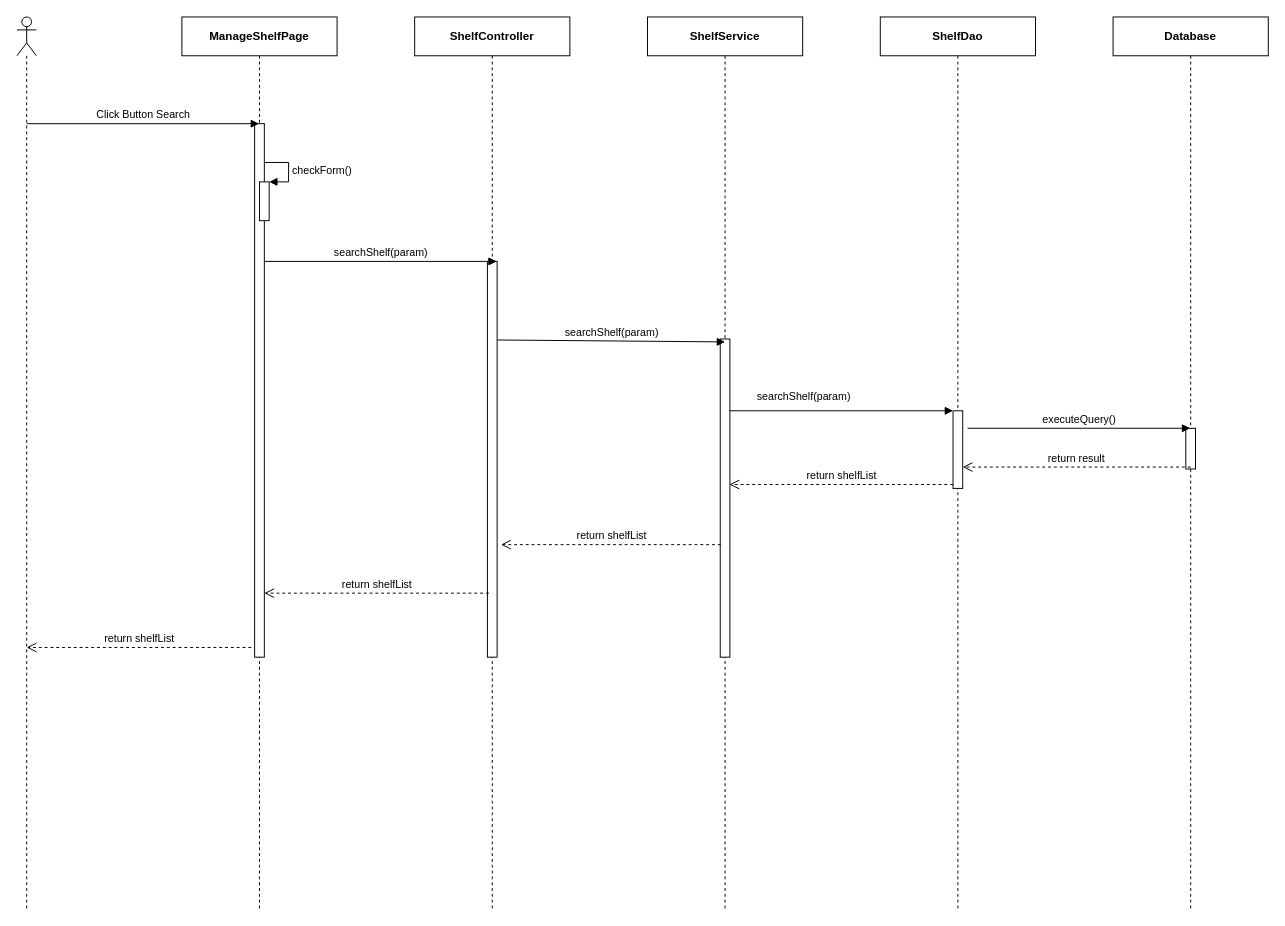
The draw.io diagram page "Ev02" (2 of 2) of 0. Create/Sequece/sc02/SC0200_ShelfManage.drawio in luannmdev/CapstoneDocument, before the edit. Source tidied: cells renumbered, new cells numbered last; positions are measured from the earlier drawing's top-left corner, leaving out a move shared by most shapes. Both pictures are drawn from the tidied source at 97%, with x=0, y=0 at pixel (16, 16).
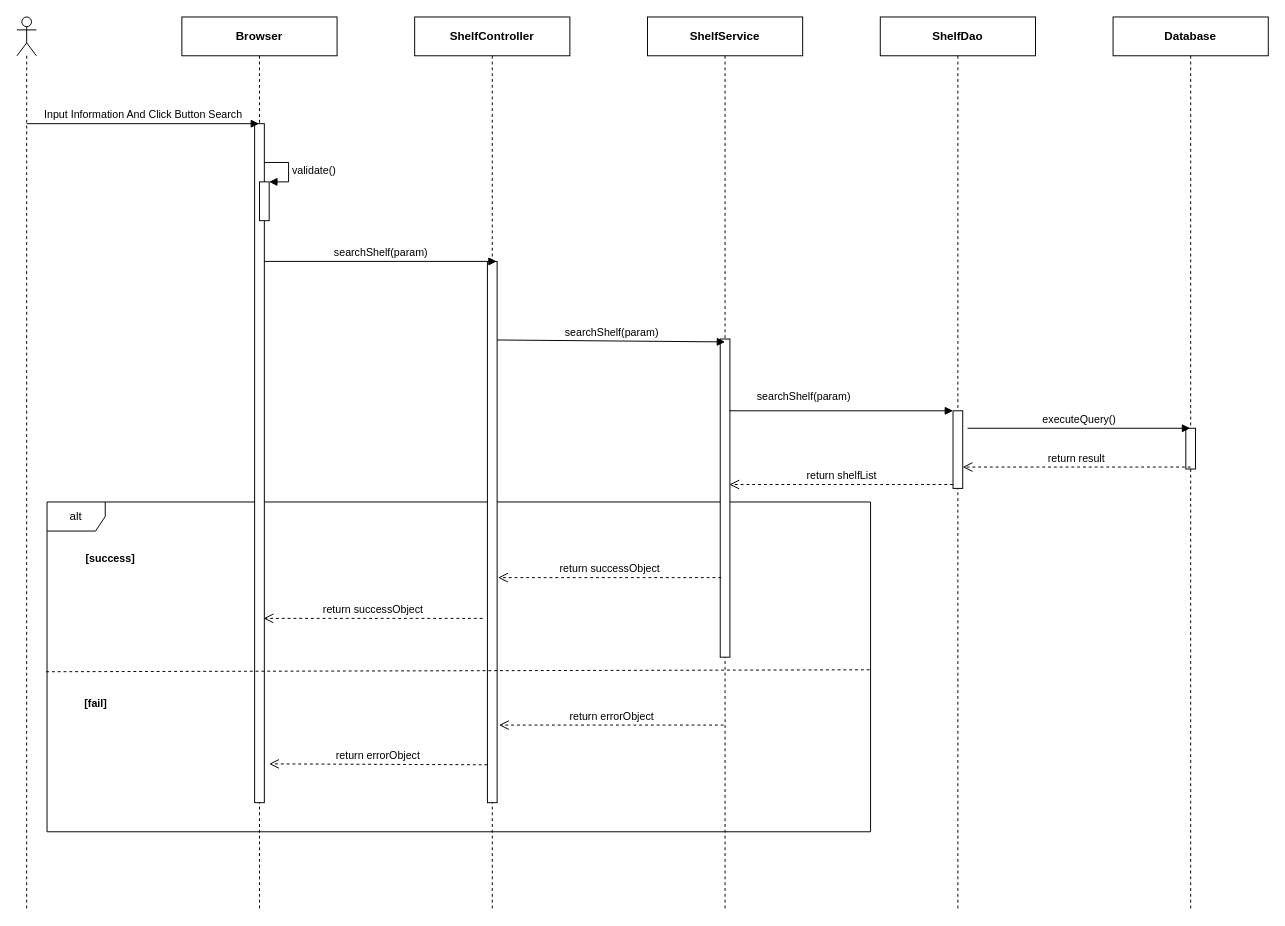
After the change.

Unchanged cells that the change refers to:
```xml
<mxCell id="9" value="&lt;b&gt;ShelfController&lt;/b&gt;" style="shape=umlLifeline;perimeter=lifelinePerimeter;whiteSpace=wrap;html=1;" parent="1" vertex="1">
  <mxGeometry x="410" width="160" height="920" as="geometry" />
</mxCell>
<mxCell id="16" style="html=1;points=[];perimeter=orthogonalPerimeter;" parent="1" vertex="1">
  <mxGeometry x="250" y="170" width="10" height="40" as="geometry" />
</mxCell>
```

The edit, as a diff of the source:
```diff
@@
+    <mxCell id="25" value="alt" style="shape=umlFrame;whiteSpace=wrap;html=1;" parent="1" vertex="1">
+      <mxGeometry x="31" y="500" width="849" height="340" as="geometry" />
+    </mxCell>
@@
-    <mxCell id="3" value="&lt;b&gt;ManageShelfPage&lt;/b&gt;" style="shape=umlLifeline;perimeter=lifelinePerimeter;whiteSpace=wrap;html=1;outlineConnect=0;" parent="1" vertex="1">
+    <mxCell id="3" value="&lt;b&gt;Browser&lt;/b&gt;" style="shape=umlLifeline;perimeter=lifelinePerimeter;whiteSpace=wrap;html=1;outlineConnect=0;" parent="1" vertex="1">
       <mxGeometry x="170" width="160" height="920" as="geometry" />
     </mxCell>
     <mxCell id="4" style="html=1;perimeter=orthogonalPerimeter;" parent="3" vertex="1">
-      <mxGeometry x="75" y="110" width="10" height="550" as="geometry" />
+      <mxGeometry x="75" y="110" width="10" height="700" as="geometry" />
     </mxCell>
@@
     <mxCell id="10" style="html=1;points=[];perimeter=orthogonalPerimeter;" parent="9" vertex="1">
-      <mxGeometry x="75" y="252" width="10" height="408" as="geometry" />
+      <mxGeometry x="75" y="252" width="10" height="558" as="geometry" />
     </mxCell>
-    <mxCell id="11" value="Click Button Search" style="html=1;verticalAlign=bottom;endArrow=block;" parent="1" edge="1" target="3">
+    <mxCell id="11" value="Input Information And Click Button Search" style="html=1;verticalAlign=bottom;endArrow=block;" parent="1" edge="1" target="3">
       <mxGeometry relative="1" as="geometry">
         <mxPoint x="10" y="110" as="sourcePoint" />
       </mxGeometry>
     </mxCell>
@@
-    <mxCell id="17" value="checkForm()" style="edgeStyle=orthogonalEdgeStyle;html=1;align=left;spacingLeft=2;endArrow=block;rounded=0;entryX=1;entryY=0;" parent="1" edge="1" target="16">
+    <mxCell id="17" value="validate()" style="edgeStyle=orthogonalEdgeStyle;html=1;align=left;spacingLeft=2;endArrow=block;rounded=0;entryX=1;entryY=0;" parent="1" edge="1" target="16">
       <mxGeometry relative="1" as="geometry">
         <mxPoint x="255" y="150" as="sourcePoint" />
         <Array as="points">
           <mxPoint x="280" y="150" />
         </Array>
       </mxGeometry>
     </mxCell>
@@
-    <mxCell id="22" value="return shelfList" style="html=1;verticalAlign=bottom;endArrow=open;dashed=1;endSize=8;" parent="1" edge="1">
-      <mxGeometry relative="1" as="geometry">
-        <mxPoint x="725.5" y="544" as="sourcePoint" />
-        <mxPoint x="499" y="544" as="targetPoint" />
-      </mxGeometry>
-    </mxCell>
-    <mxCell id="23" value="return shelfList" style="html=1;verticalAlign=bottom;endArrow=open;dashed=1;endSize=8;" parent="1" edge="1">
-      <mxGeometry relative="1" as="geometry">
-        <mxPoint x="486.5" y="594" as="sourcePoint" />
-        <mxPoint x="255" y="594" as="targetPoint" />
-      </mxGeometry>
-    </mxCell>
-    <mxCell id="24" value="return shelfList" style="html=1;verticalAlign=bottom;endArrow=open;dashed=1;endSize=8;" parent="1" edge="1">
-      <mxGeometry relative="1" as="geometry">
-        <mxPoint x="241.5" y="650" as="sourcePoint" />
-        <mxPoint x="10" y="650" as="targetPoint" />
-      </mxGeometry>
-    </mxCell>
+    <mxCell id="26" value="return successObject" style="html=1;verticalAlign=bottom;endArrow=open;dashed=1;endSize=8;" parent="1" edge="1">
+      <mxGeometry relative="1" as="geometry">
+        <mxPoint x="726" y="578" as="sourcePoint" />
+        <mxPoint x="496" y="578" as="targetPoint" />
+      </mxGeometry>
+    </mxCell>
+    <mxCell id="27" value="return successObject" style="html=1;verticalAlign=bottom;endArrow=open;dashed=1;endSize=8;" parent="1" edge="1">
+      <mxGeometry relative="1" as="geometry">
+        <mxPoint x="480" y="620" as="sourcePoint" />
+        <mxPoint x="254.2" y="620" as="targetPoint" />
+      </mxGeometry>
+    </mxCell>
+    <mxCell id="28" style="endArrow=none;dashed=1;html=1;exitX=-0.001;exitY=0.303;exitDx=0;exitDy=0;exitPerimeter=0;" parent="1" edge="1">
+      <mxGeometry relative="1" as="geometry">
+        <mxPoint x="30" y="675" as="sourcePoint" />
+        <mxPoint x="880" y="673" as="targetPoint" />
+      </mxGeometry>
+    </mxCell>
+    <mxCell id="29" value="&lt;span style=&quot;font-size: 11px ; background-color: rgb(255 , 255 , 255)&quot;&gt;&lt;b&gt;[success]&lt;/b&gt;&lt;/span&gt;" style="text;html=1;align=center;verticalAlign=middle;" parent="1" vertex="1">
+      <mxGeometry x="61" y="548" width="70" height="20" as="geometry" />
+    </mxCell>
+    <mxCell id="30" value="&lt;span style=&quot;font-size: 11px ; background-color: rgb(255 , 255 , 255)&quot;&gt;&lt;b&gt;[fail]&lt;/b&gt;&lt;/span&gt;" style="text;html=1;align=center;verticalAlign=middle;" parent="1" vertex="1">
+      <mxGeometry x="61" y="698" width="40" height="20" as="geometry" />
+    </mxCell>
+    <mxCell id="31" value="return errorObject" style="html=1;verticalAlign=bottom;endArrow=open;dashed=1;endSize=8;" parent="1" edge="1">
+      <mxGeometry relative="1" as="geometry">
+        <mxPoint x="728.5" y="730" as="sourcePoint" />
+        <mxPoint x="497" y="730" as="targetPoint" />
+      </mxGeometry>
+    </mxCell>
+    <mxCell id="32" value="return errorObject" style="html=1;verticalAlign=bottom;endArrow=open;dashed=1;endSize=8;exitX=0;exitY=0.93;exitDx=0;exitDy=0;exitPerimeter=0;" parent="1" edge="1" source="10">
+      <mxGeometry relative="1" as="geometry">
+        <mxPoint x="260" y="770" as="targetPoint" />
+      </mxGeometry>
+    </mxCell>
```
